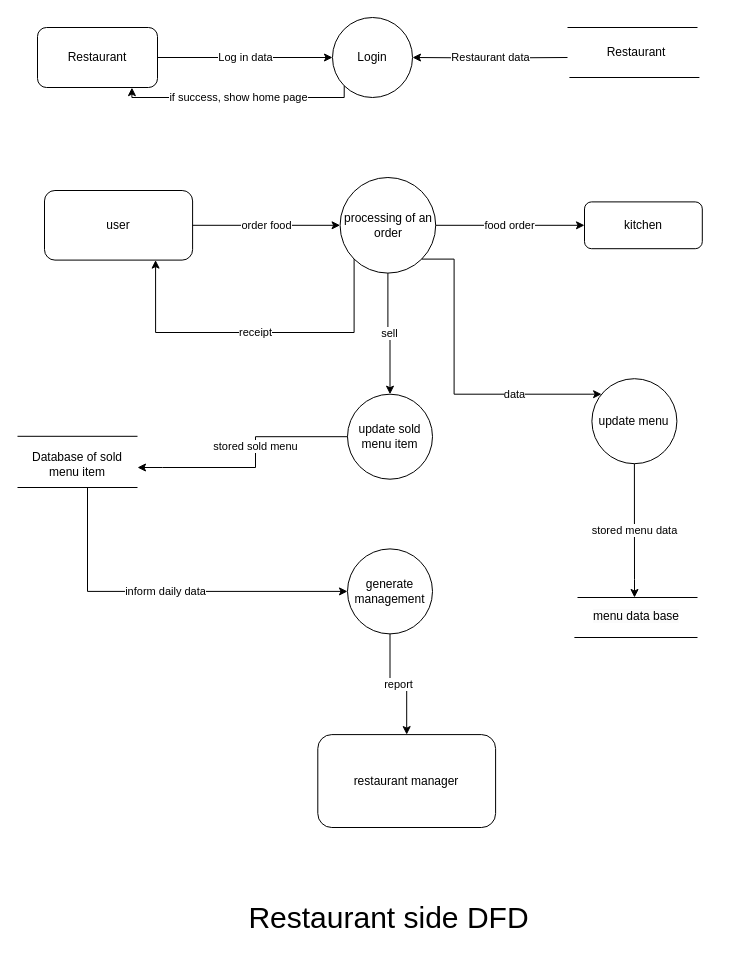
Before: page "Restaurant" (3 of 6) of health.drawio in YeMyat144/DFD_ER, a draw.io diagram. Source tidied: cells renumbered, new cells numbered last; positions are measured from the earlier drawing's top-left corner, leaving out a move shared by most shapes. Both pictures are drawn from the tidied source at 100%, with x=0, y=0 at pixel (17, 17).
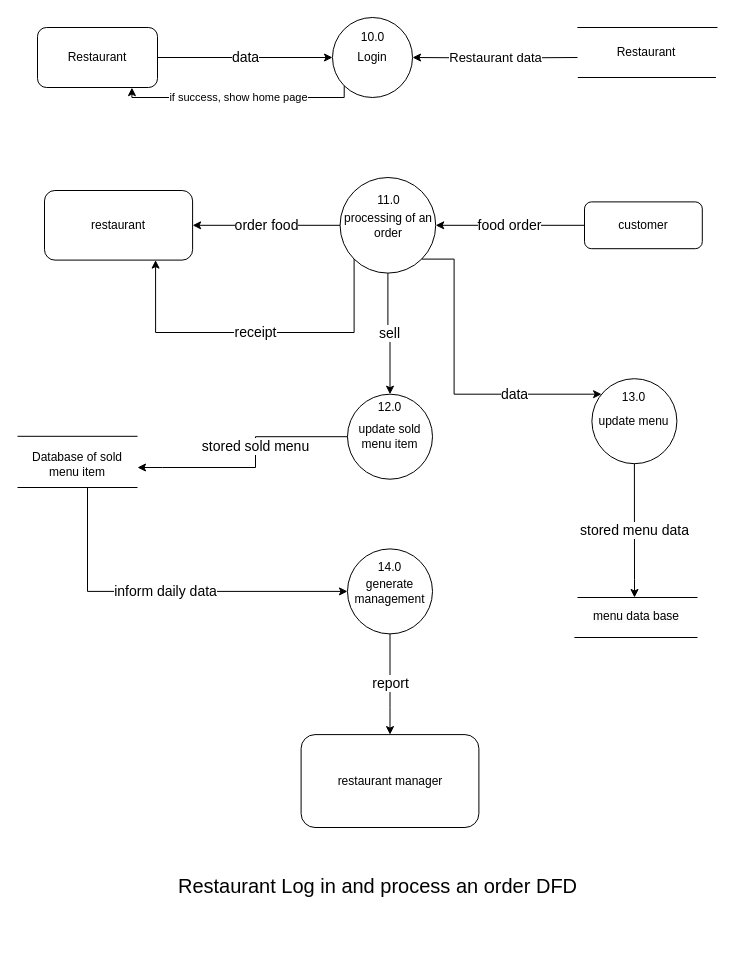
The same page after the edit.

The change refers to these unchanged cells:
```xml
<mxCell id="3" value="Restaurant" style="rounded=1;whiteSpace=wrap;html=1;" parent="1" vertex="1">
  <mxGeometry x="20" y="10" width="120" height="60" as="geometry" />
</mxCell>
<mxCell id="5" value="Login" style="ellipse;whiteSpace=wrap;html=1;" parent="1" vertex="1">
  <mxGeometry x="315" width="80" height="80" as="geometry" />
</mxCell>
<mxCell id="7" value="processing of an order" style="ellipse;whiteSpace=wrap;html=1;" parent="1" vertex="1">
  <mxGeometry x="322.6" y="160" width="95.6" height="95.6" as="geometry" />
</mxCell>
<mxCell id="8" value="update sold menu item" style="ellipse;whiteSpace=wrap;html=1;" parent="1" vertex="1">
  <mxGeometry x="330" y="376.7" width="85" height="85" as="geometry" />
</mxCell>
<mxCell id="11" value="update menu" style="ellipse;whiteSpace=wrap;html=1;" parent="1" vertex="1">
  <mxGeometry x="574.4" y="361.2" width="85" height="85" as="geometry" />
</mxCell>
<mxCell id="14" value="generate management" style="ellipse;whiteSpace=wrap;html=1;" parent="1" vertex="1">
  <mxGeometry x="330" y="531.4" width="85" height="85" as="geometry" />
</mxCell>
```

The edit, as a diff of the source:
```diff
@@
-    <mxCell id="2" value="Log in data" style="edgeStyle=orthogonalEdgeStyle;rounded=0;jettySize=auto;html=1;exitX=1;exitY=0.5;exitDx=0;exitDy=0;entryX=0;entryY=0.5;entryDx=0;entryDy=0;" parent="1" edge="1" source="3" target="5">
+    <mxCell id="2" value="data" style="edgeStyle=orthogonalEdgeStyle;rounded=0;jettySize=auto;html=1;exitX=1;exitY=0.5;exitDx=0;exitDy=0;entryX=0;entryY=0.5;entryDx=0;entryDy=0;fontSize=14;" parent="1" edge="1" source="3" target="5">
       <mxGeometry relative="1" as="geometry" />
     </mxCell>
@@
-    <mxCell id="4" value="Restaurant data" style="edgeStyle=orthogonalEdgeStyle;rounded=0;jettySize=auto;html=1;exitX=0;exitY=0.5;exitDx=0;exitDy=0;" parent="1" edge="1" target="5">
+    <mxCell id="4" value="Restaurant data" style="edgeStyle=orthogonalEdgeStyle;rounded=0;jettySize=auto;html=1;fontSize=13;" parent="1" edge="1" target="5">
       <mxGeometry relative="1" as="geometry">
-        <mxPoint x="550" y="40" as="sourcePoint" />
+        <mxPoint x="560" y="40" as="sourcePoint" />
       </mxGeometry>
     </mxCell>
@@
-    <mxCell id="9" value="sell" style="edgeStyle=orthogonalEdgeStyle;rounded=0;jettySize=auto;html=1;" parent="1" edge="1" source="7" target="8">
+    <mxCell id="9" value="sell" style="edgeStyle=orthogonalEdgeStyle;rounded=0;jettySize=auto;html=1;fontSize=14;" parent="1" edge="1" source="7" target="8">
       <mxGeometry relative="1" as="geometry" />
     </mxCell>
-    <mxCell id="10" value="stored sold menu" style="edgeStyle=orthogonalEdgeStyle;rounded=0;jettySize=auto;html=1;" parent="1" edge="1" source="8">
+    <mxCell id="10" value="stored sold menu" style="edgeStyle=orthogonalEdgeStyle;rounded=0;jettySize=auto;html=1;fontSize=14;" parent="1" edge="1" source="8">
       <mxGeometry x="-0.15" relative="1" as="geometry">
         <mxPoint x="120" y="450" as="targetPoint" />
         <Array as="points">
           <mxPoint x="238" y="419" />
           <mxPoint x="238" y="450" />
           <mxPoint x="145" y="450" />
         </Array>
       </mxGeometry>
     </mxCell>
@@
-    <mxCell id="12" value="data" style="edgeStyle=orthogonalEdgeStyle;rounded=0;jettySize=auto;html=1;exitX=1;exitY=1;exitDx=0;exitDy=0;" parent="1" edge="1" source="7" target="11">
+    <mxCell id="12" value="data" style="edgeStyle=orthogonalEdgeStyle;rounded=0;jettySize=auto;html=1;exitX=1;exitY=1;exitDx=0;exitDy=0;fontSize=14;" parent="1" edge="1" source="7" target="11">
       <mxGeometry x="0.45" relative="1" as="geometry">
         <Array as="points">
           <mxPoint x="436.6" y="376.7" />
         </Array>
       </mxGeometry>
     </mxCell>
-    <mxCell id="13" value="stored menu data" style="edgeStyle=orthogonalEdgeStyle;rounded=0;jettySize=auto;html=1;" parent="1" edge="1" source="11">
+    <mxCell id="13" value="stored menu data" style="edgeStyle=orthogonalEdgeStyle;rounded=0;jettySize=auto;html=1;fontSize=14;" parent="1" edge="1" source="11">
       <mxGeometry relative="1" as="geometry">
         <mxPoint x="617" y="580" as="targetPoint" />
         <Array as="points">
           <mxPoint x="617" y="562" />
         </Array>
       </mxGeometry>
     </mxCell>
@@
-    <mxCell id="15" value="inform daily data" style="edgeStyle=orthogonalEdgeStyle;rounded=0;jettySize=auto;html=1;entryX=0;entryY=0.5;entryDx=0;entryDy=0;" parent="1" edge="1" target="14">
+    <mxCell id="15" value="inform daily data" style="edgeStyle=orthogonalEdgeStyle;rounded=0;jettySize=auto;html=1;entryX=0;entryY=0.5;entryDx=0;entryDy=0;fontSize=14;" parent="1" edge="1" target="14">
       <mxGeometry relative="1" as="geometry">
         <mxPoint x="70" y="470" as="sourcePoint" />
         <Array as="points">
           <mxPoint x="70" y="574" />
         </Array>
       </mxGeometry>
     </mxCell>
-    <mxCell id="16" value="user" style="rounded=1;whiteSpace=wrap;html=1;" parent="1" vertex="1">
+    <mxCell id="16" value="restaurant" style="rounded=1;whiteSpace=wrap;html=1;" parent="1" vertex="1">
       <mxGeometry x="27" y="173" width="148.1" height="69.6" as="geometry" />
     </mxCell>
-    <mxCell id="17" value="receipt" style="edgeStyle=orthogonalEdgeStyle;rounded=0;jettySize=auto;html=1;exitX=0;exitY=1;exitDx=0;exitDy=0;entryX=0.75;entryY=1;entryDx=0;entryDy=0;" parent="1" edge="1" source="7" target="16">
+    <mxCell id="17" value="receipt" style="edgeStyle=orthogonalEdgeStyle;rounded=0;jettySize=auto;html=1;exitX=0;exitY=1;exitDx=0;exitDy=0;entryX=0.75;entryY=1;entryDx=0;entryDy=0;fontSize=14;" parent="1" edge="1" source="7" target="16">
       <mxGeometry relative="1" as="geometry">
         <Array as="points">
           <mxPoint x="337" y="315" />
           <mxPoint x="138" y="315" />
         </Array>
       </mxGeometry>
     </mxCell>
-    <mxCell id="18" value="kitchen" style="rounded=1;whiteSpace=wrap;html=1;" parent="1" vertex="1">
+    <mxCell id="18" value="customer" style="rounded=1;whiteSpace=wrap;html=1;" parent="1" vertex="1">
       <mxGeometry x="567" y="184.4" width="117.8" height="46.8" as="geometry" />
     </mxCell>
-    <mxCell id="19" value="food order" style="edgeStyle=orthogonalEdgeStyle;rounded=0;jettySize=auto;html=1;entryX=0;entryY=0.5;entryDx=0;entryDy=0;" parent="1" edge="1" source="7" target="18">
+    <mxCell id="19" value="food order" style="edgeStyle=orthogonalEdgeStyle;rounded=0;jettySize=auto;html=1;entryX=0;entryY=0.5;entryDx=0;entryDy=0;startArrow=classic;startFill=1;endArrow=none;endFill=0;fontSize=14;" parent="1" edge="1" source="7" target="18">
       <mxGeometry relative="1" as="geometry" />
     </mxCell>
     <mxCell id="20" value="restaurant manager" style="rounded=1;whiteSpace=wrap;html=1;" parent="1" vertex="1">
-      <mxGeometry x="300.3" y="717.1" width="177.8" height="92.9" as="geometry" />
+      <mxGeometry x="283.6" y="717.1" width="177.8" height="92.9" as="geometry" />
     </mxCell>
-    <mxCell id="21" value="report" style="edgeStyle=orthogonalEdgeStyle;rounded=0;jettySize=auto;html=1;" parent="1" edge="1" source="14" target="20">
-      <mxGeometry relative="1" as="geometry" />
+    <mxCell id="21" value="report" style="edgeStyle=orthogonalEdgeStyle;rounded=0;jettySize=auto;html=1;fontSize=14;" parent="1" edge="1" source="14" target="20">
+      <mxGeometry relative="1" as="geometry">
+        <Array as="points">
+          <mxPoint x="373" y="690" />
+          <mxPoint x="373" y="690" />
+        </Array>
+      </mxGeometry>
     </mxCell>
-    <mxCell id="22" value="order food" style="edgeStyle=orthogonalEdgeStyle;rounded=0;jettySize=auto;html=1;entryX=0;entryY=0.5;entryDx=0;entryDy=0;" parent="1" edge="1" source="16" target="7">
-      <mxGeometry relative="1" as="geometry" />
+    <mxCell id="22" value="order food" style="edgeStyle=orthogonalEdgeStyle;rounded=0;jettySize=auto;html=1;entryX=0;entryY=0.5;entryDx=0;entryDy=0;startArrow=classic;startFill=1;endArrow=none;endFill=0;fontSize=14;" parent="1" edge="1" source="16" target="7">
+      <mxGeometry x="0.01" relative="1" as="geometry" />
     </mxCell>
@@
-    <mxCell id="29" value="Restaurant side DFD" style="text;html=1;align=center;verticalAlign=middle;whiteSpace=wrap;rounded=0;fontSize=30;" parent="1" vertex="1">
-      <mxGeometry x="192.6" y="870" width="357.4" height="60" as="geometry" />
+    <mxCell id="29" value="&lt;font style=&quot;font-size: 20px;&quot;&gt;Restaurant Log in and process an order DFD&lt;/font&gt;" style="text;html=1;align=center;verticalAlign=middle;whiteSpace=wrap;rounded=0;fontSize=30;" parent="1" vertex="1">
+      <mxGeometry x="147" y="850" width="427.4" height="30" as="geometry" />
     </mxCell>
     <mxCell id="30" style="endArrow=none;html=1;rounded=0;" parent="1" edge="1">
       <mxGeometry relative="1" as="geometry">
-        <mxPoint x="550" y="10" as="sourcePoint" />
-        <mxPoint x="680" y="10" as="targetPoint" />
+        <mxPoint x="559.9" y="10" as="sourcePoint" />
+        <mxPoint x="700" y="10" as="targetPoint" />
       </mxGeometry>
     </mxCell>
     <mxCell id="31" style="endArrow=none;html=1;rounded=0;" parent="1" edge="1">
       <mxGeometry relative="1" as="geometry">
-        <mxPoint x="551.9" y="60" as="sourcePoint" />
-        <mxPoint x="681.9" y="60" as="targetPoint" />
+        <mxPoint x="560.3" y="60" as="sourcePoint" />
+        <mxPoint x="698.4" y="60" as="targetPoint" />
       </mxGeometry>
     </mxCell>
     <mxCell id="32" value="Restaurant" style="text;html=1;align=center;verticalAlign=middle;whiteSpace=wrap;rounded=0;" parent="1" vertex="1">
-      <mxGeometry x="589.4" y="20" width="60" height="30" as="geometry" />
+      <mxGeometry x="599.4" y="20" width="60" height="30" as="geometry" />
     </mxCell>
+    <mxCell id="33" value="10.0" style="text;html=1;align=center;verticalAlign=middle;whiteSpace=wrap;rounded=0;" parent="1" vertex="1">
+      <mxGeometry x="333" y="10" width="45" height="20" as="geometry" />
+    </mxCell>
+    <mxCell id="34" value="11.0" style="text;html=1;align=center;verticalAlign=middle;whiteSpace=wrap;rounded=0;" parent="1" vertex="1">
+      <mxGeometry x="348.8" y="173" width="45" height="20" as="geometry" />
+    </mxCell>
+    <mxCell id="35" value="12.0" style="text;html=1;align=center;verticalAlign=middle;whiteSpace=wrap;rounded=0;" parent="1" vertex="1">
+      <mxGeometry x="350" y="380" width="45" height="20" as="geometry" />
+    </mxCell>
+    <mxCell id="36" value="13.0" style="text;html=1;align=center;verticalAlign=middle;whiteSpace=wrap;rounded=0;" parent="1" vertex="1">
+      <mxGeometry x="594.4" y="370" width="45" height="20" as="geometry" />
+    </mxCell>
+    <mxCell id="37" value="14.0" style="text;html=1;align=center;verticalAlign=middle;whiteSpace=wrap;rounded=0;" parent="1" vertex="1">
+      <mxGeometry x="350" y="540" width="45" height="20" as="geometry" />
+    </mxCell>
```
